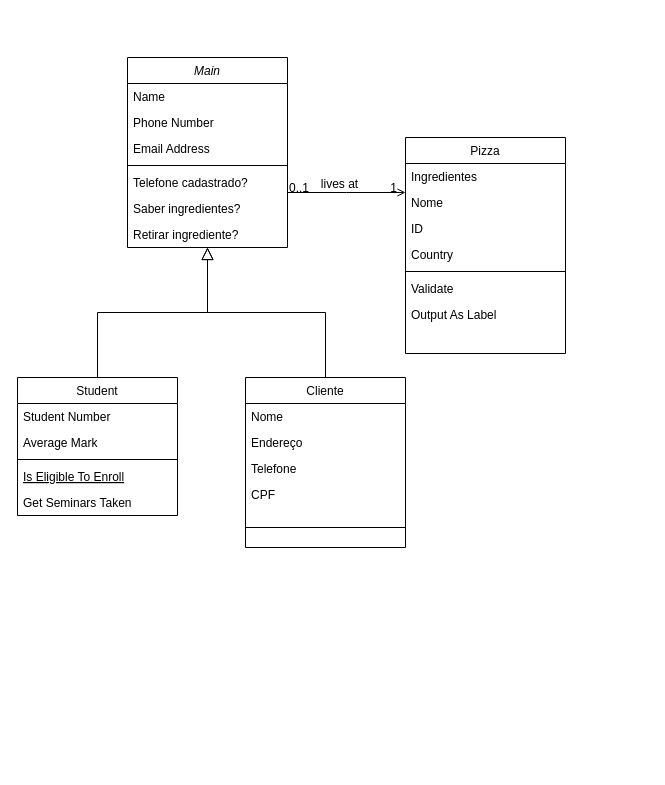
And0z0li/POO keeps this draw.io diagram as Untitled Diagram.drawio. Above is the earlier version. Source tidied: cells renumbered, new cells numbered last; positions are measured from the earlier drawing's top-left corner, leaving out a move shared by most shapes. Both pictures are drawn from the tidied source at 100%, with x=0, y=0 at pixel (17, 57).
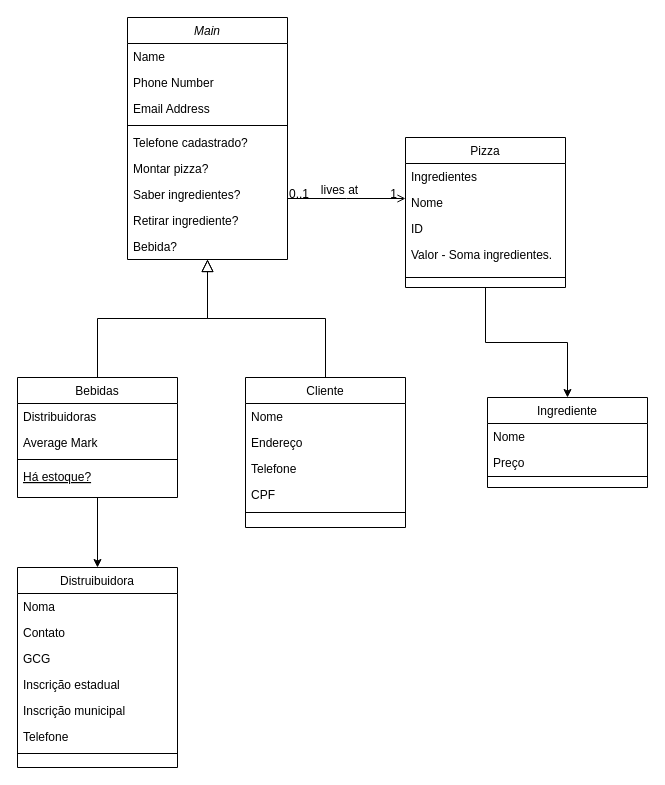
After the change.

Commit message:
Class diagram

What changed in the source:
```diff
@@
     <mxCell id="2" value="Main" style="swimlane;fontStyle=2;align=center;verticalAlign=top;horizontal=1;startSize=26;rounded=0;shadow=0;strokeWidth=1;" parent="1" vertex="1">
-      <mxGeometry x="110" width="160" height="190" as="geometry" />
+      <mxGeometry x="110" y="-40" width="160" height="242" as="geometry" />
     </mxCell>
@@
+    <mxCell id="36" value="Montar pizza?" style="text;align=left;verticalAlign=top;spacingLeft=4;spacingRight=4;overflow=hidden;" parent="2" vertex="1">
+      <mxGeometry y="138" width="160" height="26" as="geometry" />
+    </mxCell>
     <mxCell id="8" value="Saber ingredientes?" style="text;align=left;verticalAlign=top;spacingLeft=4;spacingRight=4;overflow=hidden;" parent="2" vertex="1">
-      <mxGeometry y="138" width="160" height="26" as="geometry" />
+      <mxGeometry y="164" width="160" height="26" as="geometry" />
     </mxCell>
     <mxCell id="9" value="Retirar ingrediente?" style="text;align=left;verticalAlign=top;spacingLeft=4;spacingRight=4;overflow=hidden;" parent="2" vertex="1">
-      <mxGeometry y="164" width="160" height="26" as="geometry" />
+      <mxGeometry y="190" width="160" height="26" as="geometry" />
     </mxCell>
+    <mxCell id="37" value="Bebida?" style="text;align=left;verticalAlign=top;spacingLeft=4;spacingRight=4;overflow=hidden;" parent="2" vertex="1">
+      <mxGeometry y="216" width="160" height="26" as="geometry" />
+    </mxCell>
+    <mxCell id="38" style="edgeStyle=orthogonalEdgeStyle;rounded=0;jettySize=auto;html=1;entryX=0.5;entryY=0;entryDx=0;entryDy=0;" parent="1" edge="1" source="10" target="44">
+      <mxGeometry relative="1" as="geometry" />
+    </mxCell>
-    <mxCell id="10" value="Student" style="swimlane;fontStyle=0;align=center;verticalAlign=top;horizontal=1;startSize=26;rounded=0;shadow=0;strokeWidth=1;" parent="1" vertex="1">
-      <mxGeometry y="320" width="160" height="138" as="geometry" />
+    <mxCell id="10" value="Bebidas" style="swimlane;fontStyle=0;align=center;verticalAlign=top;horizontal=1;startSize=26;rounded=0;shadow=0;strokeWidth=1;" parent="1" vertex="1">
+      <mxGeometry y="320" width="160" height="120" as="geometry" />
     </mxCell>
-    <mxCell id="11" value="Student Number" style="text;align=left;verticalAlign=top;spacingLeft=4;spacingRight=4;overflow=hidden;" parent="10" vertex="1">
+    <mxCell id="11" value="Distribuidoras" style="text;align=left;verticalAlign=top;spacingLeft=4;spacingRight=4;overflow=hidden;" parent="10" vertex="1">
       <mxGeometry y="26" width="160" height="26" as="geometry" />
     </mxCell>
@@
-    <mxCell id="14" value="Is Eligible To Enroll" style="text;align=left;verticalAlign=top;spacingLeft=4;spacingRight=4;overflow=hidden;fontStyle=4;" parent="10" vertex="1">
+    <mxCell id="14" value="Há estoque?" style="text;align=left;verticalAlign=top;spacingLeft=4;spacingRight=4;overflow=hidden;fontStyle=4;strokeColor=none;" parent="10" vertex="1">
       <mxGeometry y="86" width="160" height="26" as="geometry" />
     </mxCell>
-    <mxCell id="15" value="Get Seminars Taken" style="text;align=left;verticalAlign=top;spacingLeft=4;spacingRight=4;overflow=hidden;" parent="10" vertex="1">
-      <mxGeometry y="112" width="160" height="26" as="geometry" />
-    </mxCell>
@@
     <mxCell id="17" value="Cliente" style="swimlane;fontStyle=0;align=center;verticalAlign=top;horizontal=1;startSize=26;rounded=0;shadow=0;strokeWidth=1;" parent="1" vertex="1">
-      <mxGeometry x="228" y="320" width="160" height="170" as="geometry" />
+      <mxGeometry x="228" y="320" width="160" height="150" as="geometry" />
     </mxCell>
@@
     <mxCell id="22" style="line;html=1;strokeWidth=1;align=left;verticalAlign=middle;spacingTop=-1;spacingLeft=3;spacingRight=3;labelPosition=right;" parent="17" vertex="1">
-      <mxGeometry y="130" width="160" height="40" as="geometry" />
+      <mxGeometry y="130" width="160" height="10" as="geometry" />
     </mxCell>
@@
+    <mxCell id="39" style="edgeStyle=orthogonalEdgeStyle;rounded=0;jettySize=auto;html=1;entryX=0.5;entryY=0;entryDx=0;entryDy=0;" parent="1" edge="1" source="24" target="40">
+      <mxGeometry relative="1" as="geometry" />
+    </mxCell>
     <mxCell id="24" value="Pizza" style="swimlane;fontStyle=0;align=center;verticalAlign=top;horizontal=1;startSize=26;rounded=0;shadow=0;strokeWidth=1;" parent="1" vertex="1">
-      <mxGeometry x="388" y="80" width="160" height="216" as="geometry" />
+      <mxGeometry x="388" y="80" width="160" height="150" as="geometry" />
     </mxCell>
@@
-    <mxCell id="28" value="Country" style="text;align=left;verticalAlign=top;spacingLeft=4;spacingRight=4;overflow=hidden;rounded=0;shadow=0;html=0;" parent="24" vertex="1">
+    <mxCell id="28" value="Valor - Soma ingredientes." style="text;align=left;verticalAlign=top;spacingLeft=4;spacingRight=4;overflow=hidden;rounded=0;shadow=0;html=0;" parent="24" vertex="1">
       <mxGeometry y="104" width="160" height="26" as="geometry" />
     </mxCell>
     <mxCell id="29" style="line;html=1;strokeWidth=1;align=left;verticalAlign=middle;spacingTop=-1;spacingLeft=3;spacingRight=3;labelPosition=right;" parent="24" vertex="1">
-      <mxGeometry y="130" width="160" height="8" as="geometry" />
+      <mxGeometry y="130" width="160" height="20" as="geometry" />
     </mxCell>
-    <mxCell id="30" value="Validate" style="text;align=left;verticalAlign=top;spacingLeft=4;spacingRight=4;overflow=hidden;" parent="24" vertex="1">
-      <mxGeometry y="138" width="160" height="26" as="geometry" />
-    </mxCell>
-    <mxCell id="31" value="Output As Label" style="text;align=left;verticalAlign=top;spacingLeft=4;spacingRight=4;overflow=hidden;" parent="24" vertex="1">
-      <mxGeometry y="164" width="160" height="26" as="geometry" />
-    </mxCell>
@@
+    <mxCell id="40" value="Ingrediente" style="swimlane;fontStyle=0;align=center;verticalAlign=top;horizontal=1;startSize=26;rounded=0;shadow=0;strokeWidth=1;" parent="1" vertex="1">
+      <mxGeometry x="470" y="340" width="160" height="90" as="geometry" />
+    </mxCell>
+    <mxCell id="41" value="Nome        &#10;" style="text;align=left;verticalAlign=top;spacingLeft=4;spacingRight=4;overflow=hidden;" parent="40" vertex="1">
+      <mxGeometry y="26" width="160" height="26" as="geometry" />
+    </mxCell>
+    <mxCell id="42" value="Preço" style="text;align=left;verticalAlign=top;spacingLeft=4;spacingRight=4;overflow=hidden;" parent="40" vertex="1">
+      <mxGeometry y="52" width="160" height="26" as="geometry" />
+    </mxCell>
+    <mxCell id="43" style="line;html=1;strokeWidth=1;align=left;verticalAlign=middle;spacingTop=-1;spacingLeft=3;spacingRight=3;labelPosition=right;" parent="40" vertex="1">
+      <mxGeometry y="78" width="160" height="2" as="geometry" />
+    </mxCell>
+    <mxCell id="44" value="Distruibuidora" style="swimlane;fontStyle=0;align=center;verticalAlign=top;horizontal=1;startSize=26;rounded=0;shadow=0;strokeWidth=1;" parent="1" vertex="1">
+      <mxGeometry y="510" width="160" height="200" as="geometry" />
+    </mxCell>
+    <mxCell id="45" value="Noma" style="text;align=left;verticalAlign=top;spacingLeft=4;spacingRight=4;overflow=hidden;" parent="44" vertex="1">
+      <mxGeometry y="26" width="160" height="26" as="geometry" />
+    </mxCell>
+    <mxCell id="46" value="Contato" style="text;align=left;verticalAlign=top;spacingLeft=4;spacingRight=4;overflow=hidden;rounded=0;shadow=0;html=0;" parent="44" vertex="1">
+      <mxGeometry y="52" width="160" height="26" as="geometry" />
+    </mxCell>
+    <mxCell id="47" value="GCG" style="text;align=left;verticalAlign=top;spacingLeft=4;spacingRight=4;overflow=hidden;rounded=0;shadow=0;html=0;" parent="44" vertex="1">
+      <mxGeometry y="78" width="160" height="26" as="geometry" />
+    </mxCell>
+    <mxCell id="48" value="Inscrição estadual" style="text;align=left;verticalAlign=top;spacingLeft=4;spacingRight=4;overflow=hidden;rounded=0;shadow=0;html=0;" parent="44" vertex="1">
+      <mxGeometry y="104" width="160" height="26" as="geometry" />
+    </mxCell>
+    <mxCell id="49" value="Inscrição municipal" style="text;align=left;verticalAlign=top;spacingLeft=4;spacingRight=4;overflow=hidden;rounded=0;shadow=0;html=0;" parent="44" vertex="1">
+      <mxGeometry y="130" width="160" height="26" as="geometry" />
+    </mxCell>
+    <mxCell id="50" value="Telefone" style="text;align=left;verticalAlign=top;spacingLeft=4;spacingRight=4;overflow=hidden;rounded=0;shadow=0;html=0;" parent="44" vertex="1">
+      <mxGeometry y="156" width="160" height="26" as="geometry" />
+    </mxCell>
+    <mxCell id="51" style="line;html=1;strokeWidth=1;align=left;verticalAlign=middle;spacingTop=-1;spacingLeft=3;spacingRight=3;labelPosition=right;" parent="44" vertex="1">
+      <mxGeometry y="182" width="160" height="8" as="geometry" />
+    </mxCell>
```
